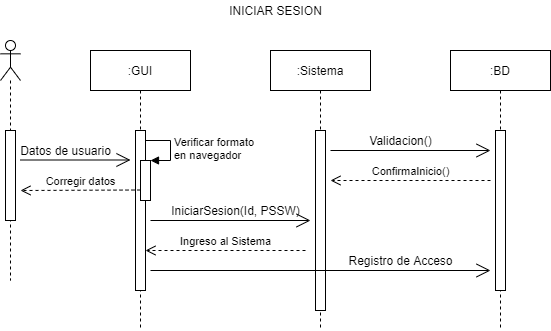
This is img/A1.1/diagrama_secuencia_ingreso.drawio.png from AlexBamaca/AnalisisB, a draw.io export, as it was before one commit. Source tidied: cells renumbered, new cells last; positions are measured from the earlier drawing's top-left corner, leaving out a move shared by most shapes.
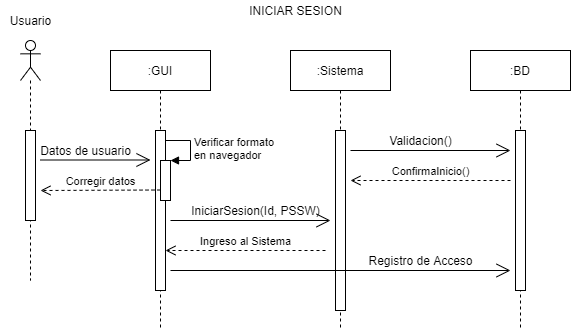
Later version of the same file.

Commit message:
modif diagramas

The edit, as a diff of the source:
```diff
@@ -94,5 +94,8 @@
     <mxCell id="23" value="INICIAR SESION" style="text;html=1;align=center;verticalAlign=middle;" parent="1" vertex="1">
       <mxGeometry x="220" width="110" height="20" as="geometry" />
     </mxCell>
+    <mxCell id="24" value="Usuario" style="text;html=1;align=center;verticalAlign=middle;" parent="1" vertex="1">
+      <mxGeometry x="-20" y="10" width="60" height="20" as="geometry" />
+    </mxCell>
   </root>
 </mxGraphModel>
```
